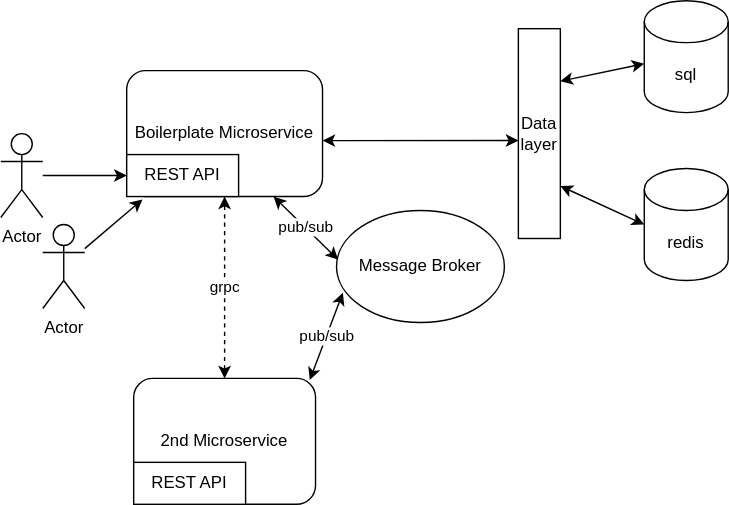
Above: static/images/boilerplate-vision.svg in zYros90/personal-web-presentation (draw.io), before the change. Source tidied: cells renumbered, new cells last; positions are measured from the earlier drawing's top-left corner, leaving out a move shared by most shapes.
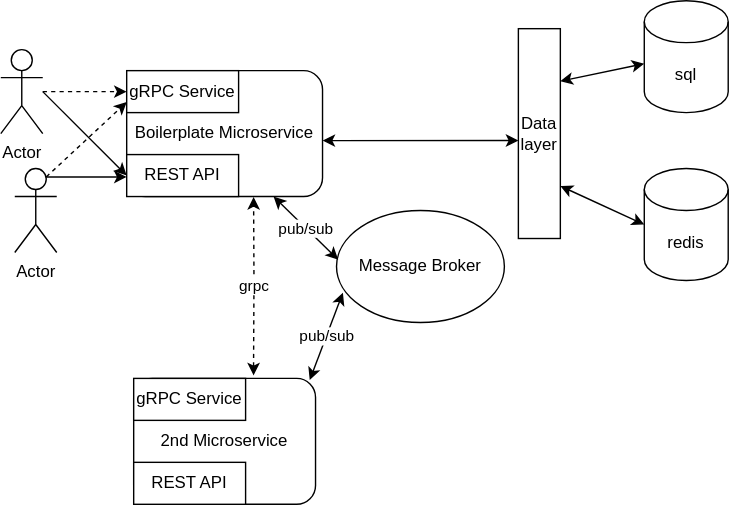
Later version of the same file.

The edit, as a diff of the source:
```diff
@@ -11,17 +11,28 @@
     <mxCell id="4" value="REST API" style="rounded=0;whiteSpace=wrap;html=1;" parent="1" vertex="1">
       <mxGeometry x="90" y="110" width="80" height="30" as="geometry" />
     </mxCell>
-    <mxCell id="5" style="edgeStyle=none;html=1;entryX=0;entryY=0.5;entryDx=0;entryDy=0;" parent="1" edge="1" source="6" target="4">
-      <mxGeometry relative="1" as="geometry" />
-    </mxCell>
+    <mxCell id="20" style="edgeStyle=none;html=1;entryX=0;entryY=0.5;entryDx=0;entryDy=0;dashed=1;" parent="1" edge="1" source="6" target="24">
+      <mxGeometry relative="1" as="geometry" />
+    </mxCell>
+    <mxCell id="21" style="edgeStyle=none;html=1;" parent="1" edge="1">
+      <mxGeometry relative="1" as="geometry">
+        <mxPoint x="30" y="65" as="sourcePoint" />
+        <mxPoint x="90" y="125" as="targetPoint" />
+      </mxGeometry>
+    </mxCell>
     <mxCell id="6" value="Actor" style="shape=umlActor;verticalLabelPosition=bottom;verticalAlign=top;html=1;outlineConnect=0;" parent="1" vertex="1">
-      <mxGeometry y="95" width="30" height="60" as="geometry" />
+      <mxGeometry y="35" width="30" height="60" as="geometry" />
     </mxCell>
-    <mxCell id="7" style="edgeStyle=none;html=1;entryX=0.141;entryY=1.068;entryDx=0;entryDy=0;entryPerimeter=0;" parent="1" edge="1" source="8" target="4">
-      <mxGeometry relative="1" as="geometry" />
-    </mxCell>
+    <mxCell id="22" style="edgeStyle=none;html=1;exitX=0.75;exitY=0.1;exitDx=0;exitDy=0;exitPerimeter=0;" parent="1" edge="1" source="8">
+      <mxGeometry relative="1" as="geometry">
+        <mxPoint x="90" y="126" as="targetPoint" />
+      </mxGeometry>
+    </mxCell>
+    <mxCell id="23" style="edgeStyle=none;html=1;entryX=0;entryY=0.75;entryDx=0;entryDy=0;dashed=1;exitX=0.75;exitY=0.1;exitDx=0;exitDy=0;exitPerimeter=0;" parent="1" edge="1" source="8" target="24">
+      <mxGeometry relative="1" as="geometry" />
+    </mxCell>
     <mxCell id="8" value="Actor" style="shape=umlActor;verticalLabelPosition=bottom;verticalAlign=top;html=1;outlineConnect=0;" parent="1" vertex="1">
-      <mxGeometry x="30" y="160" width="30" height="60" as="geometry" />
+      <mxGeometry x="10" y="120" width="30" height="60" as="geometry" />
     </mxCell>
     <mxCell id="9" value="Message Broker" style="ellipse;whiteSpace=wrap;html=1;" parent="1" vertex="1">
       <mxGeometry x="240" y="150" width="120" height="80" as="geometry" />
@@ -59,10 +70,18 @@
         <mxPoint x="230" y="100" as="sourcePoint" />
       </mxGeometry>
     </mxCell>
-    <mxCell id="19" value="grpc" style="endArrow=classic;startArrow=classic;html=1;exitX=0.5;exitY=0;exitDx=0;exitDy=0;dashed=1;" parent="1" edge="1" source="11">
+    <mxCell id="19" value="grpc" style="endArrow=classic;startArrow=classic;html=1;exitX=0.659;exitY=-0.024;exitDx=0;exitDy=0;dashed=1;entryX=0.648;entryY=1.004;entryDx=0;entryDy=0;entryPerimeter=0;exitPerimeter=0;" parent="1" edge="1" source="11" target="2">
       <mxGeometry relative="1" as="geometry">
-        <mxPoint x="160" y="140" as="targetPoint" />
+        <Array as="points">
+          <mxPoint x="181" y="200" />
+        </Array>
       </mxGeometry>
     </mxCell>
+    <mxCell id="24" value="gRPC Service" style="rounded=0;whiteSpace=wrap;html=1;" parent="1" vertex="1">
+      <mxGeometry x="90" y="50" width="80" height="30" as="geometry" />
+    </mxCell>
+    <mxCell id="25" value="gRPC Service" style="rounded=0;whiteSpace=wrap;html=1;" parent="1" vertex="1">
+      <mxGeometry x="95" y="270" width="80" height="30" as="geometry" />
+    </mxCell>
   </root>
 </mxGraphModel>
```
